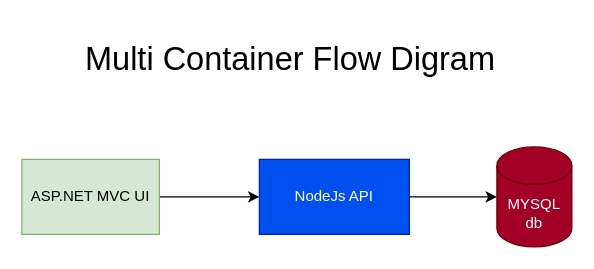
Before: Untitled Diagram.drawio in khanqamarali/Multi-Container, a draw.io diagram. Source tidied: cells renumbered, new cells numbered last; positions are measured from the earlier drawing's top-left corner, leaving out a move shared by most shapes. Both pictures are drawn from the tidied source at 125%, with x=0, y=0 at pixel (21, 21).
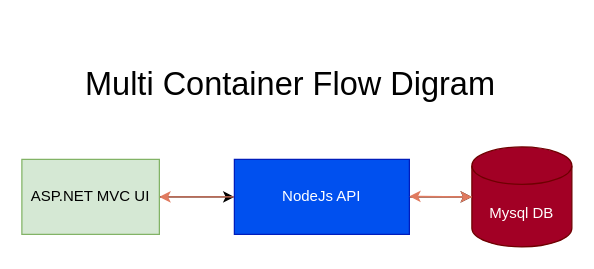
The same page after the edit.

Change to the diagram source:
```diff
@@
 <mxGraphModel>
   <root>
     <mxCell id="0" />
     <mxCell id="1" parent="0" />
     <mxCell id="2" style="edgeStyle=orthogonalEdgeStyle;rounded=0;jettySize=auto;html=1;entryX=0;entryY=0.5;entryDx=0;entryDy=0;" parent="1" edge="1" source="3" target="6">
       <mxGeometry relative="1" as="geometry" />
     </mxCell>
     <mxCell id="3" value="ASP.NET MVC UI" style="rounded=0;whiteSpace=wrap;html=1;fillColor=#d5e8d4;strokeColor=#82b366;" parent="1" vertex="1">
       <mxGeometry y="110" width="110" height="60" as="geometry" />
     </mxCell>
-    <mxCell id="4" value="MYSQL db" style="shape=cylinder3;whiteSpace=wrap;html=1;boundedLbl=1;backgroundOutline=1;size=15;fillColor=#a20025;strokeColor=#6F0000;fontColor=#ffffff;" parent="1" vertex="1">
-      <mxGeometry x="380" y="100" width="60" height="80" as="geometry" />
+    <mxCell id="4" value="Mysql DB" style="shape=cylinder3;whiteSpace=wrap;html=1;boundedLbl=1;backgroundOutline=1;size=15;fillColor=#a20025;strokeColor=#6F0000;fontColor=#ffffff;" parent="1" vertex="1">
+      <mxGeometry x="360" y="100" width="80" height="80" as="geometry" />
     </mxCell>
-    <mxCell id="5" style="edgeStyle=orthogonalEdgeStyle;rounded=0;jettySize=auto;html=1;" parent="1" edge="1" source="6" target="4">
+    <mxCell id="5" style="rounded=0;jettySize=auto;html=1;horizontal=0;" parent="1" edge="1" source="6" target="4">
       <mxGeometry relative="1" as="geometry" />
     </mxCell>
+    <mxCell id="8" style="edgeStyle=none;rounded=1;sketch=0;orthogonalLoop=1;jettySize=auto;html=1;fontSize=26;fontColor=#393C56;strokeColor=#E07A5F;fillColor=#F2CC8F;entryX=1;entryY=0.5;entryDx=0;entryDy=0;" parent="1" edge="1" source="6" target="6">
+      <mxGeometry relative="1" as="geometry">
+        <Array as="points">
+          <mxPoint x="310" y="140" />
+        </Array>
+      </mxGeometry>
+    </mxCell>
+    <mxCell id="9" style="edgeStyle=none;rounded=1;sketch=0;jettySize=auto;html=1;fontSize=26;fontColor=#393C56;strokeColor=#E07A5F;fillColor=#F2CC8F;" parent="1" edge="1" source="6">
+      <mxGeometry relative="1" as="geometry">
+        <mxPoint x="110" y="140" as="targetPoint" />
+      </mxGeometry>
+    </mxCell>
+    <mxCell id="10" style="edgeStyle=none;rounded=1;sketch=0;jettySize=auto;html=1;fontSize=26;fontColor=#393C56;strokeColor=#E07A5F;fillColor=#F2CC8F;" parent="1" edge="1" source="6" target="4">
+      <mxGeometry relative="1" as="geometry" />
+    </mxCell>
     <mxCell id="6" value="NodeJs API" style="rounded=0;whiteSpace=wrap;html=1;fillColor=#0050ef;strokeColor=#001DBC;fontColor=#ffffff;" parent="1" vertex="1">
-      <mxGeometry x="190" y="110" width="120" height="60" as="geometry" />
+      <mxGeometry x="170" y="110" width="140" height="60" as="geometry" />
     </mxCell>
     <mxCell id="7" value="Multi Container Flow Digram" style="text;html=1;strokeColor=none;fillColor=none;align=center;verticalAlign=middle;whiteSpace=wrap;rounded=0;fontSize=26;" parent="1" vertex="1">
-      <mxGeometry x="20" width="390" height="60" as="geometry" />
+      <mxGeometry x="20" y="20" width="390" height="60" as="geometry" />
     </mxCell>
+    <mxCell id="11" style="edgeStyle=none;rounded=1;sketch=0;orthogonalLoop=1;jettySize=auto;html=1;fontSize=26;fontColor=#393C56;strokeColor=#E07A5F;fillColor=#F2CC8F;" parent="1" edge="1">
+      <mxGeometry relative="1" as="geometry">
+        <mxPoint x="360" y="140" as="sourcePoint" />
+        <mxPoint x="310" y="139.5" as="targetPoint" />
+      </mxGeometry>
+    </mxCell>
   </root>
 </mxGraphModel>
```
